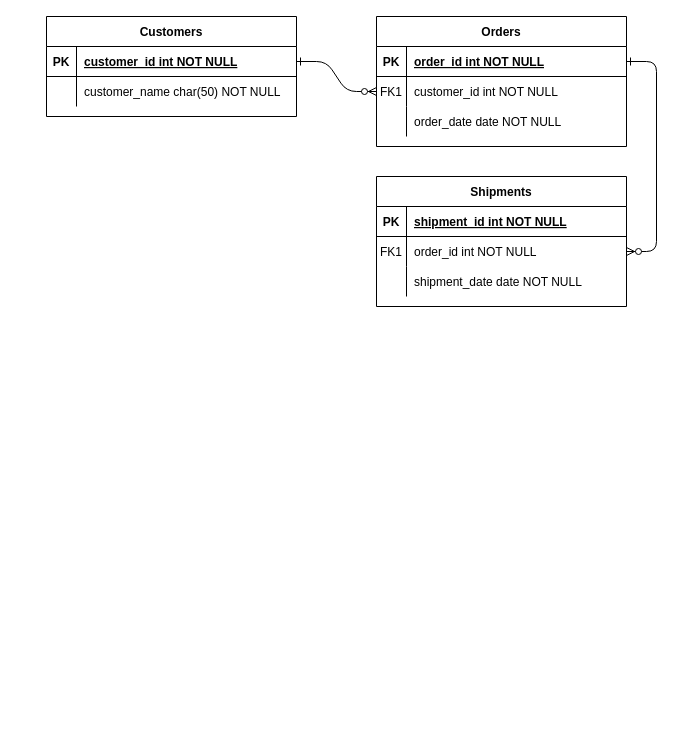
Before: EntityBootSsn.drawio in AJI9I/Model, a draw.io diagram. Source tidied: cells renumbered, new cells numbered last; positions are measured from the earlier drawing's top-left corner, leaving out a move shared by most shapes. Both pictures are drawn from the tidied source at 100%, with x=0, y=0 at pixel (46, 16).
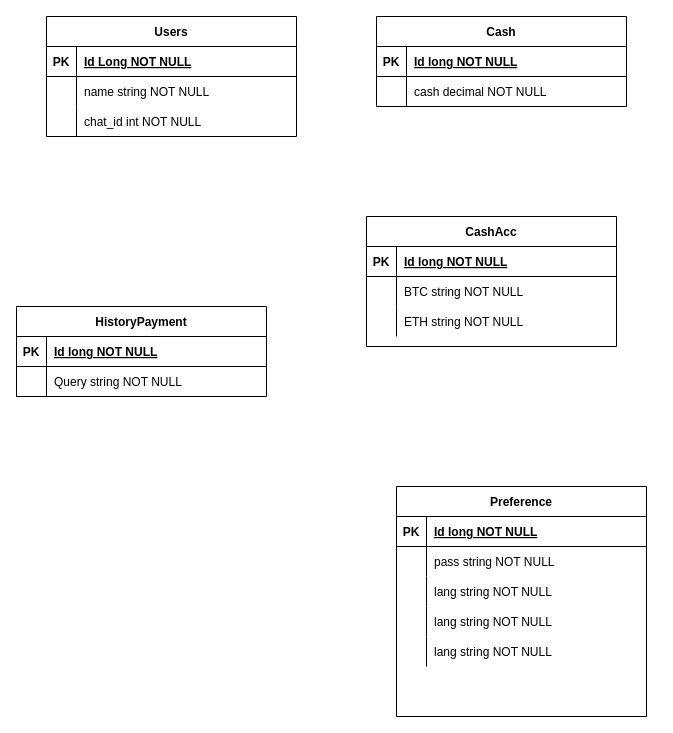
The same diagram, later.

The change refers to these unchanged cells:
```xml
<mxCell id="5" style="shape=partialRectangle;fillColor=none;points=[[0,0.5],[1,0.5]];portConstraint=eastwest;top=0;left=0;right=0;bottom=1;" parent="4" vertex="1">
  <mxGeometry y="30" width="250" height="30" as="geometry" />
</mxCell>
<mxCell id="8" style="shape=partialRectangle;fillColor=none;points=[[0,0.5],[1,0.5]];portConstraint=eastwest;top=0;left=0;right=0;bottom=0;" parent="4" vertex="1">
  <mxGeometry y="60" width="250" height="30" as="geometry" />
</mxCell>
<mxCell id="15" style="shape=partialRectangle;fillColor=none;top=0;left=0;right=0;bottom=1;" parent="14" vertex="1">
  <mxGeometry y="30" width="250" height="30" as="geometry" />
</mxCell>
<mxCell id="18" style="shape=partialRectangle;fillColor=none;points=[[0,0.5],[1,0.5]];portConstraint=eastwest;top=0;left=0;right=0;bottom=0;" parent="14" vertex="1">
  <mxGeometry y="60" width="250" height="30" as="geometry" />
</mxCell>
<mxCell id="21" style="shape=partialRectangle;fillColor=none;top=0;left=0;right=0;bottom=0;" parent="14" vertex="1">
  <mxGeometry y="90" width="250" height="30" as="geometry" />
</mxCell>
```

The edit, as a diff of the source:
```diff
@@
-    <mxCell id="2" style="edgeStyle=entityRelationEdgeStyle;endArrow=ERzeroToMany;startArrow=ERone;endFill=1;startFill=0;" parent="1" edge="1" source="25" target="8">
-      <mxGeometry relative="1" as="geometry" />
-    </mxCell>
-    <mxCell id="3" style="edgeStyle=entityRelationEdgeStyle;endArrow=ERzeroToMany;startArrow=ERone;endFill=1;startFill=0;" parent="1" edge="1" source="5" target="18">
-      <mxGeometry relative="1" as="geometry" />
-    </mxCell>
-    <mxCell id="4" value="Orders" style="shape=table;startSize=30;childLayout=tableLayout;rowLines=0;fontStyle=1;align=center;" parent="1" vertex="1">
-      <mxGeometry x="330" width="250" height="130" as="geometry" />
+    <mxCell id="4" value="Cash" style="shape=table;startSize=30;childLayout=tableLayout;rowLines=0;fontStyle=1;align=center;" parent="1" vertex="1">
+      <mxGeometry x="330" width="250" height="90" as="geometry" />
     </mxCell>
@@
-    <mxCell id="7" value="order_id int NOT NULL " style="shape=partialRectangle;overflow=hidden;fillColor=none;top=0;left=0;bottom=0;right=0;align=left;spacingLeft=6;fontStyle=5;" parent="5" vertex="1">
+    <mxCell id="7" value="Id long NOT NULL " style="shape=partialRectangle;overflow=hidden;fillColor=none;top=0;left=0;bottom=0;right=0;align=left;spacingLeft=6;fontStyle=5;" parent="5" vertex="1">
       <mxGeometry x="30" width="220" height="30" as="geometry" />
     </mxCell>
@@
-    <mxCell id="9" value="FK1" style="shape=partialRectangle;overflow=hidden;fillColor=none;top=0;left=0;bottom=0;right=0;" parent="8" vertex="1">
+    <mxCell id="9" style="shape=partialRectangle;overflow=hidden;fillColor=none;top=0;left=0;bottom=0;right=0;" parent="8" vertex="1">
       <mxGeometry width="30" height="30" as="geometry" />
     </mxCell>
-    <mxCell id="10" value="customer_id int NOT NULL" style="shape=partialRectangle;overflow=hidden;fillColor=none;top=0;left=0;bottom=0;right=0;align=left;spacingLeft=6;" parent="8" vertex="1">
+    <mxCell id="10" value="cash decimal NOT NULL" style="shape=partialRectangle;overflow=hidden;fillColor=none;top=0;left=0;bottom=0;right=0;align=left;spacingLeft=6;" parent="8" vertex="1">
       <mxGeometry x="30" width="220" height="30" as="geometry" />
     </mxCell>
-    <mxCell id="11" style="shape=partialRectangle;fillColor=none;top=0;left=0;right=0;bottom=0;" parent="4" vertex="1">
-      <mxGeometry y="90" width="250" height="30" as="geometry" />
-    </mxCell>
-    <mxCell id="12" style="shape=partialRectangle;overflow=hidden;fillColor=none;top=0;left=0;bottom=0;right=0;" parent="11" vertex="1">
-      <mxGeometry width="30" height="30" as="geometry" />
-    </mxCell>
-    <mxCell id="13" value="order_date date NOT NULL" style="shape=partialRectangle;overflow=hidden;fillColor=none;top=0;left=0;bottom=0;right=0;align=left;spacingLeft=6;" parent="11" vertex="1">
-      <mxGeometry x="30" width="220" height="30" as="geometry" />
-    </mxCell>
+    <mxCell id="24" value="Users" style="shape=table;startSize=30;childLayout=tableLayout;rowLines=0;fontStyle=1;align=center;" parent="1" vertex="1">
+      <mxGeometry width="250" height="120" as="geometry" />
+    </mxCell>
+    <mxCell id="25" style="shape=partialRectangle;fillColor=none;points=[[0,0.5],[1,0.5]];portConstraint=eastwest;top=0;left=0;right=0;bottom=1;" parent="24" vertex="1">
+      <mxGeometry y="30" width="250" height="30" as="geometry" />
+    </mxCell>
+    <mxCell id="26" value="PK" style="shape=partialRectangle;overflow=hidden;fillColor=none;top=0;left=0;bottom=0;right=0;fontStyle=1;" parent="25" vertex="1">
+      <mxGeometry width="30" height="30" as="geometry" />
+    </mxCell>
+    <mxCell id="27" value="Id Long NOT NULL " style="shape=partialRectangle;overflow=hidden;fillColor=none;top=0;left=0;bottom=0;right=0;align=left;spacingLeft=6;fontStyle=5;" parent="25" vertex="1">
+      <mxGeometry x="30" width="220" height="30" as="geometry" />
+    </mxCell>
+    <mxCell id="28" style="shape=partialRectangle;fillColor=none;top=0;left=0;right=0;bottom=0;" parent="24" vertex="1">
+      <mxGeometry y="60" width="250" height="30" as="geometry" />
+    </mxCell>
+    <mxCell id="29" style="shape=partialRectangle;overflow=hidden;fillColor=none;top=0;left=0;bottom=0;right=0;" parent="28" vertex="1">
+      <mxGeometry width="30" height="30" as="geometry" />
+    </mxCell>
+    <mxCell id="30" value="name string NOT NULL" style="shape=partialRectangle;overflow=hidden;fillColor=none;top=0;left=0;bottom=0;right=0;align=left;spacingLeft=6;" parent="28" vertex="1">
+      <mxGeometry x="30" width="220" height="30" as="geometry" />
+    </mxCell>
+    <mxCell id="31" style="shape=partialRectangle;fillColor=none;top=0;left=0;right=0;bottom=0;" parent="24" vertex="1">
+      <mxGeometry y="90" width="250" height="30" as="geometry" />
+    </mxCell>
+    <mxCell id="32" style="shape=partialRectangle;overflow=hidden;fillColor=none;top=0;left=0;bottom=0;right=0;" parent="31" vertex="1">
+      <mxGeometry width="30" height="30" as="geometry" />
+    </mxCell>
+    <mxCell id="33" value="chat_id int NOT NULL" style="shape=partialRectangle;overflow=hidden;fillColor=none;top=0;left=0;bottom=0;right=0;align=left;spacingLeft=6;" parent="31" vertex="1">
+      <mxGeometry x="30" width="220" height="30" as="geometry" />
+    </mxCell>
-    <mxCell id="14" value="Shipments" style="shape=table;startSize=30;childLayout=tableLayout;rowLines=0;fontStyle=1;align=center;" parent="1" vertex="1">
-      <mxGeometry x="330" y="160" width="250" height="130" as="geometry" />
+    <mxCell id="14" value="CashAcc" style="shape=table;startSize=30;childLayout=tableLayout;rowLines=0;fontStyle=1;align=center;" parent="1" vertex="1">
+      <mxGeometry x="320" y="200" width="250" height="130" as="geometry" />
     </mxCell>
@@
-    <mxCell id="17" value="shipment_id int NOT NULL " style="shape=partialRectangle;overflow=hidden;fillColor=none;top=0;left=0;bottom=0;right=0;align=left;spacingLeft=6;fontStyle=5;" parent="15" vertex="1">
+    <mxCell id="17" value="Id long NOT NULL " style="shape=partialRectangle;overflow=hidden;fillColor=none;top=0;left=0;bottom=0;right=0;align=left;spacingLeft=6;fontStyle=5;" parent="15" vertex="1">
       <mxGeometry x="30" width="220" height="30" as="geometry" />
     </mxCell>
@@
-    <mxCell id="19" value="FK1" style="shape=partialRectangle;overflow=hidden;fillColor=none;top=0;left=0;bottom=0;right=0;" parent="18" vertex="1">
+    <mxCell id="19" style="shape=partialRectangle;overflow=hidden;fillColor=none;top=0;left=0;bottom=0;right=0;" parent="18" vertex="1">
       <mxGeometry width="30" height="30" as="geometry" />
     </mxCell>
-    <mxCell id="20" value="order_id int NOT NULL" style="shape=partialRectangle;overflow=hidden;fillColor=none;top=0;left=0;bottom=0;right=0;align=left;spacingLeft=6;" parent="18" vertex="1">
+    <mxCell id="20" value="BTC string NOT NULL" style="shape=partialRectangle;overflow=hidden;fillColor=none;top=0;left=0;bottom=0;right=0;align=left;spacingLeft=6;" parent="18" vertex="1">
       <mxGeometry x="30" width="220" height="30" as="geometry" />
     </mxCell>
@@
-    <mxCell id="23" value="shipment_date date NOT NULL" style="shape=partialRectangle;overflow=hidden;fillColor=none;top=0;left=0;bottom=0;right=0;align=left;spacingLeft=6;" parent="21" vertex="1">
+    <mxCell id="23" value="ETH string NOT NULL" style="shape=partialRectangle;overflow=hidden;fillColor=none;top=0;left=0;bottom=0;right=0;align=left;spacingLeft=6;" parent="21" vertex="1">
       <mxGeometry x="30" width="220" height="30" as="geometry" />
     </mxCell>
-    <mxCell id="24" value="Customers" style="shape=table;startSize=30;childLayout=tableLayout;rowLines=0;fontStyle=1;align=center;" parent="1" vertex="1">
-      <mxGeometry width="250" height="100" as="geometry" />
-    </mxCell>
-    <mxCell id="25" style="shape=partialRectangle;fillColor=none;points=[[0,0.5],[1,0.5]];portConstraint=eastwest;top=0;left=0;right=0;bottom=1;" parent="24" vertex="1">
-      <mxGeometry y="30" width="250" height="30" as="geometry" />
-    </mxCell>
-    <mxCell id="26" value="PK" style="shape=partialRectangle;overflow=hidden;fillColor=none;top=0;left=0;bottom=0;right=0;fontStyle=1;" parent="25" vertex="1">
-      <mxGeometry width="30" height="30" as="geometry" />
-    </mxCell>
-    <mxCell id="27" value="customer_id int NOT NULL " style="shape=partialRectangle;overflow=hidden;fillColor=none;top=0;left=0;bottom=0;right=0;align=left;spacingLeft=6;fontStyle=5;" parent="25" vertex="1">
-      <mxGeometry x="30" width="220" height="30" as="geometry" />
-    </mxCell>
-    <mxCell id="28" style="shape=partialRectangle;fillColor=none;top=0;left=0;right=0;bottom=0;" parent="24" vertex="1">
-      <mxGeometry y="60" width="250" height="30" as="geometry" />
-    </mxCell>
-    <mxCell id="29" style="shape=partialRectangle;overflow=hidden;fillColor=none;top=0;left=0;bottom=0;right=0;" parent="28" vertex="1">
-      <mxGeometry width="30" height="30" as="geometry" />
-    </mxCell>
-    <mxCell id="30" value="customer_name char(50) NOT NULL" style="shape=partialRectangle;overflow=hidden;fillColor=none;top=0;left=0;bottom=0;right=0;align=left;spacingLeft=6;" parent="28" vertex="1">
-      <mxGeometry x="30" width="220" height="30" as="geometry" />
-    </mxCell>
+    <mxCell id="34" value="HistoryPayment" style="shape=table;startSize=30;childLayout=tableLayout;rowLines=0;fontStyle=1;align=center;" parent="1" vertex="1">
+      <mxGeometry x="-30" y="290" width="250" height="90" as="geometry" />
+    </mxCell>
+    <mxCell id="35" style="shape=partialRectangle;fillColor=none;top=0;left=0;right=0;bottom=1;" parent="34" vertex="1">
+      <mxGeometry y="30" width="250" height="30" as="geometry" />
+    </mxCell>
+    <mxCell id="36" value="PK" style="shape=partialRectangle;overflow=hidden;fillColor=none;top=0;left=0;bottom=0;right=0;fontStyle=1;" parent="35" vertex="1">
+      <mxGeometry width="30" height="30" as="geometry" />
+    </mxCell>
+    <mxCell id="37" value="Id long NOT NULL " style="shape=partialRectangle;overflow=hidden;fillColor=none;top=0;left=0;bottom=0;right=0;align=left;spacingLeft=6;fontStyle=5;" parent="35" vertex="1">
+      <mxGeometry x="30" width="220" height="30" as="geometry" />
+    </mxCell>
+    <mxCell id="38" style="shape=partialRectangle;fillColor=none;top=0;left=0;right=0;bottom=0;" parent="34" vertex="1">
+      <mxGeometry y="60" width="250" height="30" as="geometry" />
+    </mxCell>
+    <mxCell id="39" style="shape=partialRectangle;overflow=hidden;fillColor=none;top=0;left=0;bottom=0;right=0;" parent="38" vertex="1">
+      <mxGeometry width="30" height="30" as="geometry" />
+    </mxCell>
+    <mxCell id="40" value="Query string NOT NULL" style="shape=partialRectangle;overflow=hidden;fillColor=none;top=0;left=0;bottom=0;right=0;align=left;spacingLeft=6;" parent="38" vertex="1">
+      <mxGeometry x="30" width="220" height="30" as="geometry" />
+    </mxCell>
+    <mxCell id="41" value="Preference" style="shape=table;startSize=30;childLayout=tableLayout;rowLines=0;fontStyle=1;align=center;" parent="1" vertex="1">
+      <mxGeometry x="350" y="470" width="250" height="230" as="geometry" />
+    </mxCell>
+    <mxCell id="42" style="shape=partialRectangle;fillColor=none;top=0;left=0;right=0;bottom=1;" parent="41" vertex="1">
+      <mxGeometry y="30" width="250" height="30" as="geometry" />
+    </mxCell>
+    <mxCell id="43" value="PK" style="shape=partialRectangle;overflow=hidden;fillColor=none;top=0;left=0;bottom=0;right=0;fontStyle=1;" parent="42" vertex="1">
+      <mxGeometry width="30" height="30" as="geometry" />
+    </mxCell>
+    <mxCell id="44" value="Id long NOT NULL " style="shape=partialRectangle;overflow=hidden;fillColor=none;top=0;left=0;bottom=0;right=0;align=left;spacingLeft=6;fontStyle=5;" parent="42" vertex="1">
+      <mxGeometry x="30" width="220" height="30" as="geometry" />
+    </mxCell>
+    <mxCell id="45" style="shape=partialRectangle;fillColor=none;top=0;left=0;right=0;bottom=0;" parent="41" vertex="1">
+      <mxGeometry y="60" width="250" height="30" as="geometry" />
+    </mxCell>
+    <mxCell id="46" style="shape=partialRectangle;overflow=hidden;fillColor=none;top=0;left=0;bottom=0;right=0;" parent="45" vertex="1">
+      <mxGeometry width="30" height="30" as="geometry" />
+    </mxCell>
+    <mxCell id="47" value="pass string NOT NULL" style="shape=partialRectangle;overflow=hidden;fillColor=none;top=0;left=0;bottom=0;right=0;align=left;spacingLeft=6;" parent="45" vertex="1">
+      <mxGeometry x="30" width="220" height="30" as="geometry" />
+    </mxCell>
+    <mxCell id="48" style="shape=partialRectangle;fillColor=none;top=0;left=0;right=0;bottom=0;" parent="41" vertex="1">
+      <mxGeometry y="90" width="250" height="30" as="geometry" />
+    </mxCell>
+    <mxCell id="49" style="shape=partialRectangle;overflow=hidden;fillColor=none;top=0;left=0;bottom=0;right=0;" parent="48" vertex="1">
+      <mxGeometry width="30" height="30" as="geometry" />
+    </mxCell>
+    <mxCell id="50" value="lang string NOT NULL" style="shape=partialRectangle;overflow=hidden;fillColor=none;top=0;left=0;bottom=0;right=0;align=left;spacingLeft=6;" parent="48" vertex="1">
+      <mxGeometry x="30" width="220" height="30" as="geometry" />
+    </mxCell>
+    <mxCell id="51" style="shape=partialRectangle;fillColor=none;top=0;left=0;right=0;bottom=0;" parent="41" vertex="1">
+      <mxGeometry y="120" width="250" height="30" as="geometry" />
+    </mxCell>
+    <mxCell id="52" style="shape=partialRectangle;overflow=hidden;fillColor=none;top=0;left=0;bottom=0;right=0;" parent="51" vertex="1">
+      <mxGeometry width="30" height="30" as="geometry" />
+    </mxCell>
+    <mxCell id="53" value="lang string NOT NULL" style="shape=partialRectangle;overflow=hidden;fillColor=none;top=0;left=0;bottom=0;right=0;align=left;spacingLeft=6;" parent="51" vertex="1">
+      <mxGeometry x="30" width="220" height="30" as="geometry" />
+    </mxCell>
+    <mxCell id="54" style="shape=partialRectangle;fillColor=none;top=0;left=0;right=0;bottom=0;" parent="41" vertex="1">
+      <mxGeometry y="150" width="250" height="30" as="geometry" />
+    </mxCell>
+    <mxCell id="55" style="shape=partialRectangle;overflow=hidden;fillColor=none;top=0;left=0;bottom=0;right=0;" parent="54" vertex="1">
+      <mxGeometry width="30" height="30" as="geometry" />
+    </mxCell>
+    <mxCell id="56" value="lang string NOT NULL" style="shape=partialRectangle;overflow=hidden;fillColor=none;top=0;left=0;bottom=0;right=0;align=left;spacingLeft=6;" parent="54" vertex="1">
+      <mxGeometry x="30" width="220" height="30" as="geometry" />
+    </mxCell>
```
